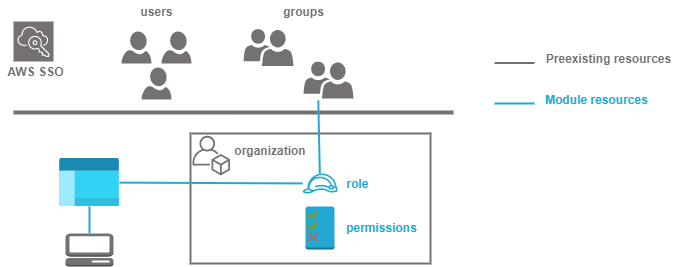
Above: docs/imgs/module.png in nadegelemperiere-aws/module-aws-group (draw.io), before the change. Source tidied: cells renumbered, new cells last; positions are measured from the earlier drawing's top-left corner, leaving out a move shared by most shapes. Source of this version:
```xml
<mxGraphModel>
  <root>
    <mxCell id="0" />
    <mxCell id="1" parent="0" />
    <mxCell id="2" style="rounded=0;whiteSpace=wrap;html=1;shadow=0;labelBackgroundColor=none;strokeColor=#767171;strokeWidth=2;fillColor=none;gradientColor=none;fontSize=17;fontColor=#767171;" parent="1" vertex="1">
      <mxGeometry x="190" y="132" width="240" height="130" as="geometry" />
    </mxCell>
    <mxCell id="3" style="endArrow=none;html=1;strokeColor=#767171;fontColor=#767171;fontSize=27;spacing=7;strokeWidth=2;" parent="1" edge="1">
      <mxGeometry relative="1" as="geometry">
        <mxPoint x="494" y="61.5" as="sourcePoint" />
        <mxPoint x="534" y="61.5" as="targetPoint" />
      </mxGeometry>
    </mxCell>
    <mxCell id="4" style="endArrow=none;html=1;strokeColor=#23A8D4;fontColor=#767171;fontSize=27;spacing=7;strokeWidth=2;" parent="1" edge="1">
      <mxGeometry relative="1" as="geometry">
        <mxPoint x="494" y="102" as="sourcePoint" />
        <mxPoint x="534" y="102" as="targetPoint" />
      </mxGeometry>
    </mxCell>
    <mxCell id="5" value="&lt;font style=&quot;font-size: 12px&quot;&gt;Preexisting resources&lt;/font&gt;" style="text;html=1;align=center;verticalAlign=middle;fillColor=none;strokeColor=none;rounded=0;fontSize=12;fontColor=#767171;fontStyle=1;" parent="1" vertex="1">
      <mxGeometry x="543" y="47" width="130" height="20" as="geometry" />
    </mxCell>
    <mxCell id="6" value="&lt;font style=&quot;font-size: 12px&quot;&gt;Module resources&lt;/font&gt;" style="text;html=1;align=center;verticalAlign=middle;fillColor=none;strokeColor=none;rounded=0;fontSize=12;fontColor=#23A8D4;fontStyle=1;" parent="1" vertex="1">
      <mxGeometry x="541" y="88" width="110" height="20" as="geometry" />
    </mxCell>
    <mxCell id="7" style="dashed=0;verticalLabelPosition=bottom;verticalAlign=top;align=center;html=1;shape=mxgraph.aws3.permissions_2;fillColor=#23A8D4;gradientColor=none;shadow=0;labelBackgroundColor=none;strokeColor=none;strokeWidth=1;fontSize=17;fontColor=#767171;" parent="1" vertex="1">
      <mxGeometry x="305" y="205" width="29" height="43" as="geometry" />
    </mxCell>
    <mxCell id="8" style="shadow=0;dashed=0;html=1;strokeColor=none;labelPosition=center;verticalLabelPosition=bottom;verticalAlign=top;align=center;fillColor=#767171;shape=mxgraph.azure.user;labelBackgroundColor=none;fontSize=17;fontColor=#767171;" parent="1" vertex="1">
      <mxGeometry x="121" y="30" width="30" height="31.9" as="geometry" />
    </mxCell>
    <mxCell id="9" style="fontColor=#232F3E;gradientColor=none;fillColor=#767171;strokeColor=none;dashed=0;verticalLabelPosition=bottom;verticalAlign=top;align=center;html=1;fontSize=12;fontStyle=0;shape=mxgraph.aws4.organizations_account;shadow=0;labelBackgroundColor=none;" parent="1" vertex="1">
      <mxGeometry x="192" y="134" width="37.6" height="40" as="geometry" />
    </mxCell>
    <mxCell id="10" style="fontColor=#232F3E;gradientColor=none;gradientDirection=north;fillColor=#767171;strokeColor=#ffffff;dashed=0;verticalLabelPosition=bottom;verticalAlign=top;align=center;html=1;fontSize=12;fontStyle=0;shape=mxgraph.aws4.resourceIcon;resIcon=mxgraph.aws4.single_sign_on;shadow=0;labelBackgroundColor=none;" parent="1" vertex="1">
      <mxGeometry x="13" y="20" width="40" height="40" as="geometry" />
    </mxCell>
    <mxCell id="11" style="line;strokeWidth=4;html=1;perimeter=backbonePerimeter;shadow=0;labelBackgroundColor=none;fillColor=#767171;gradientColor=none;fontSize=17;fontColor=#767171;strokeColor=#767171;" parent="1" vertex="1">
      <mxGeometry x="13" y="106" width="440" height="10" as="geometry" />
    </mxCell>
    <mxCell id="12" value="&lt;font style=&quot;font-size: 12px&quot;&gt;AWS SSO&lt;/font&gt;" style="text;html=1;align=center;verticalAlign=middle;fillColor=none;strokeColor=none;rounded=0;fontSize=12;fontColor=#767171;fontStyle=1;" parent="1" vertex="1">
      <mxGeometry y="60" width="70" height="20" as="geometry" />
    </mxCell>
    <mxCell id="13" style="shadow=0;dashed=0;html=1;strokeColor=none;labelPosition=center;verticalLabelPosition=bottom;verticalAlign=top;align=center;fillColor=#767171;shape=mxgraph.azure.user;labelBackgroundColor=none;fontSize=17;fontColor=#767171;" parent="1" vertex="1">
      <mxGeometry x="161" y="30" width="30" height="31.9" as="geometry" />
    </mxCell>
    <mxCell id="14" style="shadow=0;dashed=0;html=1;strokeColor=none;labelPosition=center;verticalLabelPosition=bottom;verticalAlign=top;align=center;fillColor=#767171;shape=mxgraph.azure.user;labelBackgroundColor=none;fontSize=17;fontColor=#767171;" parent="1" vertex="1">
      <mxGeometry x="141" y="66" width="30" height="31.9" as="geometry" />
    </mxCell>
    <mxCell id="15" style="shadow=0;dashed=0;html=1;strokeColor=none;labelPosition=center;verticalLabelPosition=bottom;verticalAlign=top;align=center;fillColor=#767171;shape=mxgraph.mscae.intune.user_group;labelBackgroundColor=none;fontSize=17;fontColor=#767171;" parent="1" vertex="1">
      <mxGeometry x="303" y="60" width="50" height="37" as="geometry" />
    </mxCell>
    <mxCell id="16" style="shadow=0;dashed=0;html=1;strokeColor=none;labelPosition=center;verticalLabelPosition=bottom;verticalAlign=top;align=center;fillColor=#767171;shape=mxgraph.mscae.intune.user_group;labelBackgroundColor=none;fontSize=17;fontColor=#767171;" parent="1" vertex="1">
      <mxGeometry x="243" y="27.5" width="50" height="37" as="geometry" />
    </mxCell>
    <mxCell id="17" value="&lt;font style=&quot;font-size: 12px&quot;&gt;users&lt;/font&gt;" style="text;html=1;align=center;verticalAlign=middle;fillColor=none;strokeColor=none;rounded=0;fontSize=12;fontColor=#767171;fontStyle=1;" parent="1" vertex="1">
      <mxGeometry x="131" width="50" height="20" as="geometry" />
    </mxCell>
    <mxCell id="18" value="&lt;font style=&quot;font-size: 12px&quot;&gt;groups&lt;/font&gt;" style="text;html=1;align=center;verticalAlign=middle;fillColor=none;strokeColor=none;rounded=0;fontSize=12;fontColor=#767171;fontStyle=1;" parent="1" vertex="1">
      <mxGeometry x="278" y="-0.5" width="50" height="20" as="geometry" />
    </mxCell>
    <mxCell id="19" value="organization" style="text;html=1;strokeColor=none;fillColor=none;align=center;verticalAlign=middle;whiteSpace=wrap;rounded=0;shadow=0;labelBackgroundColor=none;fontSize=12;fontColor=#767171;fontStyle=1;" parent="1" vertex="1">
      <mxGeometry x="250" y="139" width="40" height="20" as="geometry" />
    </mxCell>
    <mxCell id="20" style="outlineConnect=0;fontColor=#232F3E;gradientColor=none;fillColor=#23A8D4;strokeColor=none;dashed=0;verticalLabelPosition=bottom;verticalAlign=top;align=center;html=1;fontSize=12;fontStyle=0;shape=mxgraph.aws4.role;shadow=0;labelBackgroundColor=none;" parent="1" vertex="1">
      <mxGeometry x="302" y="172" width="35" height="20" as="geometry" />
    </mxCell>
    <mxCell id="21" value="&lt;font style=&quot;font-size: 12px&quot;&gt;role&lt;/font&gt;" style="text;html=1;align=center;verticalAlign=middle;fillColor=none;strokeColor=none;rounded=0;fontSize=12;fontColor=#23A8D4;fontStyle=1;" parent="1" vertex="1">
      <mxGeometry x="337" y="172" width="40" height="20" as="geometry" />
    </mxCell>
    <mxCell id="22" value="&lt;font style=&quot;font-size: 12px&quot;&gt;permissions&lt;/font&gt;" style="text;html=1;align=center;verticalAlign=middle;fillColor=none;strokeColor=none;rounded=0;fontSize=12;fontColor=#23A8D4;fontStyle=1;" parent="1" vertex="1">
      <mxGeometry x="341" y="216" width="80" height="20" as="geometry" />
    </mxCell>
    <mxCell id="23" style="endArrow=none;html=1;strokeColor=#23A8D4;fontColor=#767171;fontSize=27;spacing=7;strokeWidth=2;exitX=0.296;exitY=1.049;exitDx=0;exitDy=0;exitPerimeter=0;" parent="1" edge="1" source="15" target="20">
      <mxGeometry relative="1" as="geometry" />
    </mxCell>
    <mxCell id="24" style="outlineConnect=0;dashed=0;verticalLabelPosition=bottom;verticalAlign=top;align=center;html=1;shape=mxgraph.aws3.management_console;fillColor=#767171;gradientColor=none;shadow=0;labelBackgroundColor=none;strokeColor=#767171;strokeWidth=2;fontSize=12;fontColor=#767171;" parent="1" vertex="1">
      <mxGeometry x="65" y="232" width="48" height="33" as="geometry" />
    </mxCell>
    <mxCell id="25" style="endArrow=none;html=1;strokeColor=#23A8D4;fontColor=#767171;fontSize=27;spacing=7;strokeWidth=2;" parent="1" edge="1" source="27" target="20">
      <mxGeometry relative="1" as="geometry" />
    </mxCell>
    <mxCell id="26" style="endArrow=none;html=1;strokeColor=#23A8D4;fontColor=#767171;fontSize=27;spacing=7;strokeWidth=2;exitX=0.5;exitY=0;exitDx=0;exitDy=0;exitPerimeter=0;" parent="1" edge="1" source="24" target="27">
      <mxGeometry relative="1" as="geometry" />
    </mxCell>
    <mxCell id="27" style="html=1;points=[];align=center;image;fontSize=12;image=img/lib/azure2/general/Management_Portal.svg;labelBackgroundColor=none;fontColor=none;strokeColor=#23A8D4;fillColor=#23A8D4;" parent="1" vertex="1">
      <mxGeometry x="59" y="157" width="60" height="48" as="geometry" />
    </mxCell>
  </root>
</mxGraphModel>
```
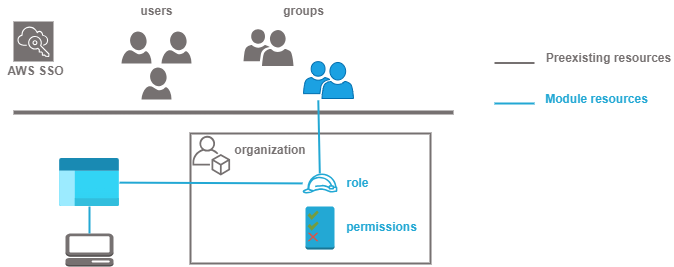
The same diagram one commit later.

Change to the diagram source:
```diff
@@ -47,7 +47,7 @@
     <mxCell id="14" style="shadow=0;dashed=0;html=1;strokeColor=none;labelPosition=center;verticalLabelPosition=bottom;verticalAlign=top;align=center;fillColor=#767171;shape=mxgraph.azure.user;labelBackgroundColor=none;fontSize=17;fontColor=#767171;" parent="1" vertex="1">
       <mxGeometry x="141" y="66" width="30" height="31.9" as="geometry" />
     </mxCell>
-    <mxCell id="15" style="shadow=0;dashed=0;html=1;strokeColor=none;labelPosition=center;verticalLabelPosition=bottom;verticalAlign=top;align=center;fillColor=#767171;shape=mxgraph.mscae.intune.user_group;labelBackgroundColor=none;fontSize=17;fontColor=#767171;" parent="1" vertex="1">
+    <mxCell id="15" style="shadow=0;dashed=0;html=1;strokeColor=#006EAF;labelPosition=center;verticalLabelPosition=bottom;verticalAlign=top;align=center;fillColor=#1ba1e2;shape=mxgraph.mscae.intune.user_group;labelBackgroundColor=none;fontSize=17;fontColor=#ffffff;" parent="1" vertex="1">
       <mxGeometry x="303" y="60" width="50" height="37" as="geometry" />
     </mxCell>
     <mxCell id="16" style="shadow=0;dashed=0;html=1;strokeColor=none;labelPosition=center;verticalLabelPosition=bottom;verticalAlign=top;align=center;fillColor=#767171;shape=mxgraph.mscae.intune.user_group;labelBackgroundColor=none;fontSize=17;fontColor=#767171;" parent="1" vertex="1">
```
